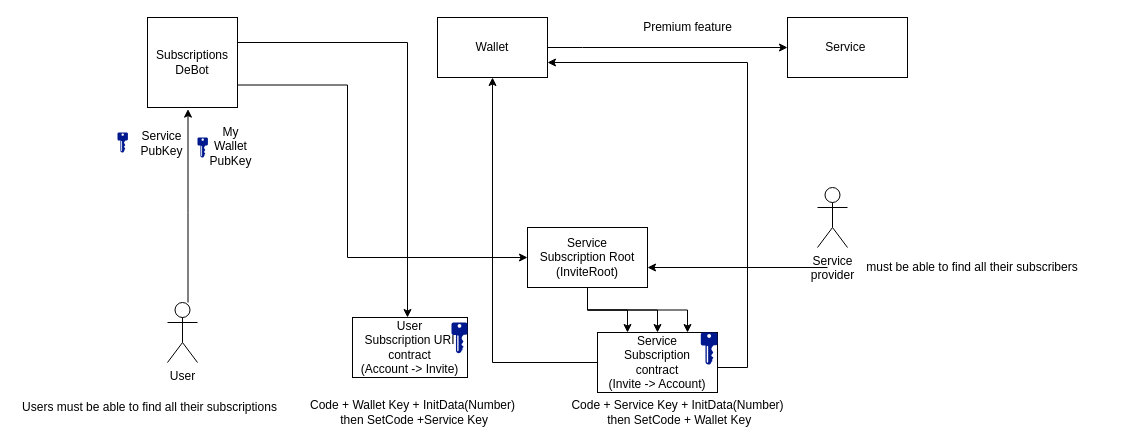
The draw.io diagram Untitled Diagram.drawio in SkySonR/draw.io, before the edit. Source tidied: cells renumbered, new cells numbered last; positions are measured from the earlier drawing's top-left corner, leaving out a move shared by most shapes. Both pictures are drawn from the tidied source at 100%, with x=0, y=0 at pixel (17, 17).
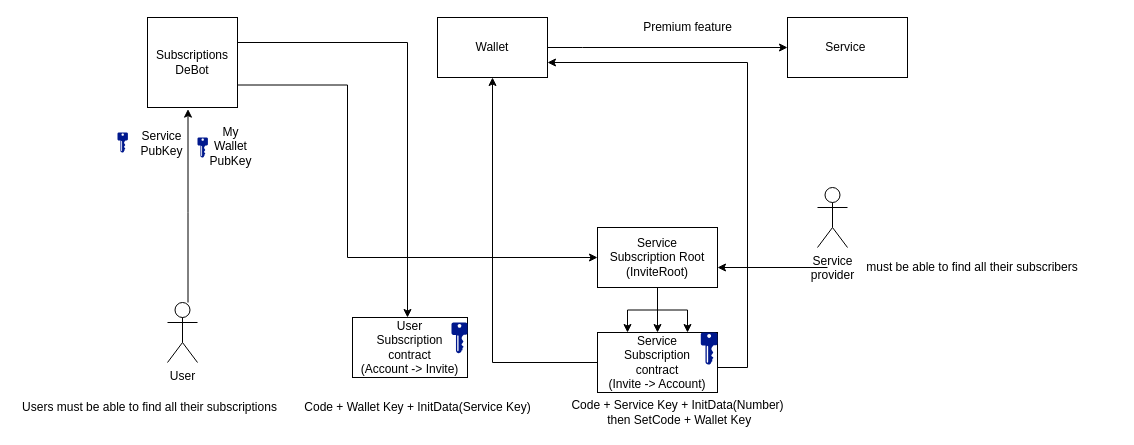
After the change.

Unchanged cells that the change refers to:
```xml
<mxCell id="17" style="group;" parent="1" vertex="1">
  <mxGeometry x="335" y="300" width="115" height="60" as="geometry" />
</mxCell>
```

The edit, as a diff of the source:
```diff
@@
     <mxCell id="8" value="Service&lt;br&gt;Subscription Root&lt;br&gt;(InviteRoot)" style="rounded=0;whiteSpace=wrap;html=1;" parent="1" vertex="1">
-      <mxGeometry x="510" y="210" width="120" height="60" as="geometry" />
+      <mxGeometry x="580" y="210" width="120" height="60" as="geometry" />
     </mxCell>
@@
-    <mxCell id="18" value="User&lt;br&gt;Subscription URI&lt;br&gt;contract&lt;br&gt;(Account -&amp;gt; Invite)" style="rounded=0;whiteSpace=wrap;html=1;" parent="17" vertex="1">
+    <mxCell id="18" value="User&lt;br&gt;Subscription&lt;br&gt;contract&lt;br&gt;(Account -&amp;gt; Invite)" style="rounded=0;whiteSpace=wrap;html=1;" parent="17" vertex="1">
       <mxGeometry width="115" height="60" as="geometry" />
     </mxCell>
@@
-    <mxCell id="20" value="Code + Wallet Key + InitData(Number)&lt;br&gt;&amp;nbsp;then SetCode +Service Key" style="text;html=1;align=center;verticalAlign=middle;" parent="1" vertex="1">
-      <mxGeometry x="285" y="380" width="220" height="30" as="geometry" />
+    <mxCell id="20" value="Code + Wallet Key + InitData(Service Key)" style="text;html=1;align=center;verticalAlign=middle;" parent="1" vertex="1">
+      <mxGeometry x="280" y="380" width="240" height="20" as="geometry" />
     </mxCell>
```
